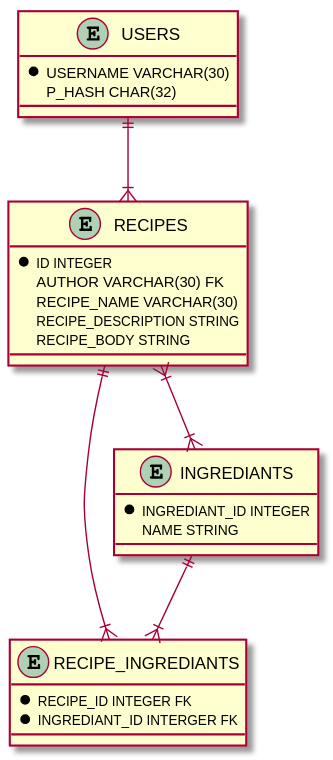
patelnisarg/trycooking.io keeps this PlantUML diagram as documentation/out/databaseERD/databaseERD.svg. Above is the earlier version.
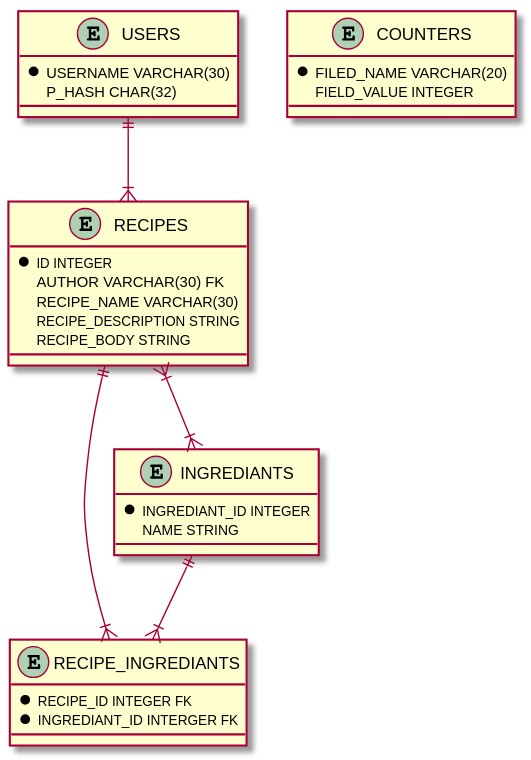
Above is the later version.

Diff of the diagram source:
```diff
@@ -23,6 +23,11 @@
     NAME STRING
 }
 
+entity COUNTERS{
+    * FILED_NAME VARCHAR(20)
+    FIELD_VALUE INTEGER
+}
+
 USERS ||--|{ RECIPES
 RECIPES }|--|{ INGREDIANTS
 RECIPES ||--|{ RECIPE_INGREDIANTS
```
